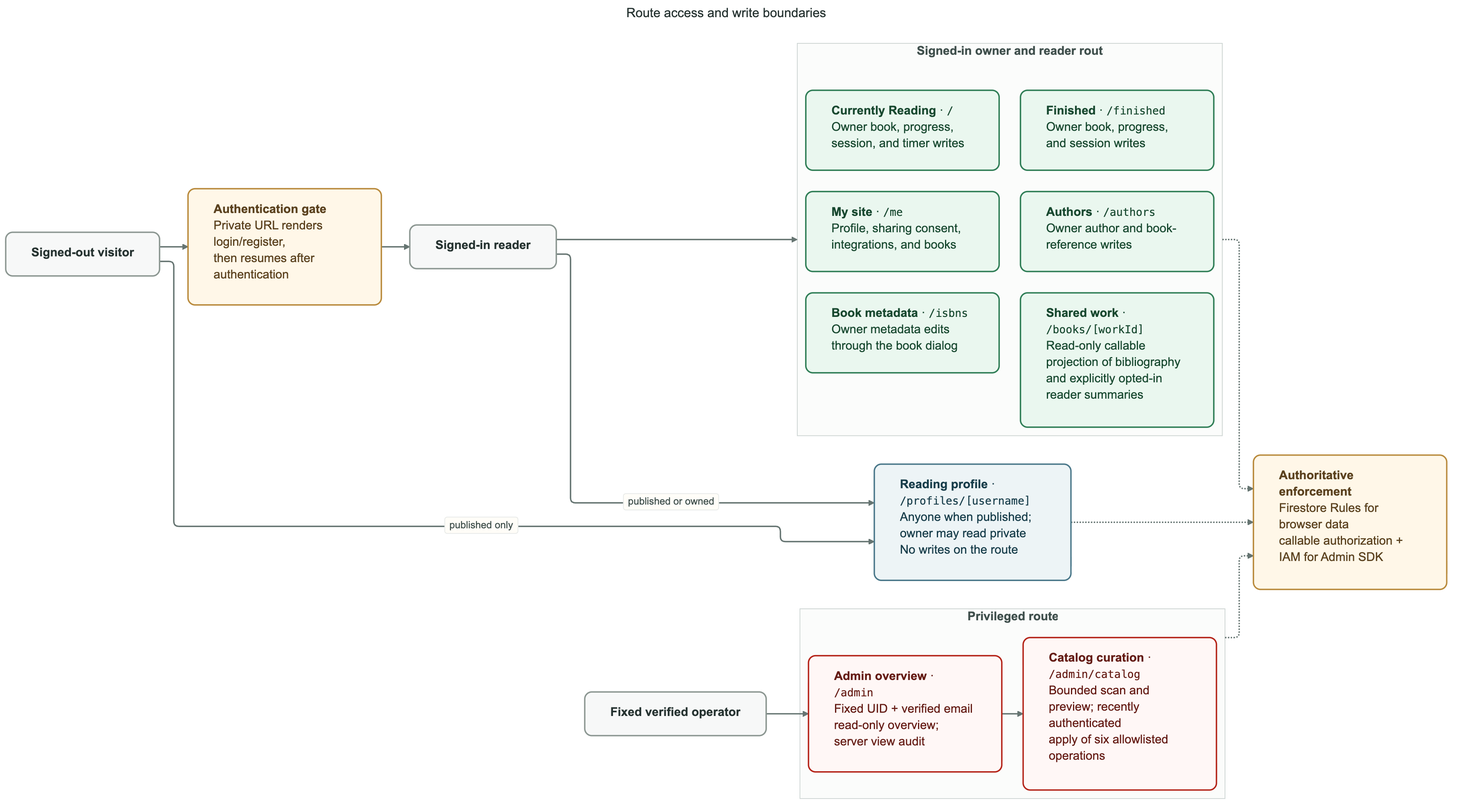
Before: docs/architecture/site-access.png, a diagram exported from Mermaid (ankile/book-tracker). Its source is kept beside it as docs/architecture/site-access.mmd. Source of this version:
```mermaid
---
title: Route access and write boundaries
---
flowchart LR
  accTitle: Book Tracker route access and write boundaries
  accDescr: Routes are grouped by their effective access boundary. Personal library and shared-work pages require sign-in, public profiles require publication, and admin routes require the fixed verified operator. Catalog mutations additionally require recent authentication.

  classDef actor fill:#f7f8f8,stroke:#8b9691,color:#263331,stroke-width:2px;
  classDef owner fill:#eaf7ef,stroke:#2e7d55,color:#17482f,stroke-width:2px;
  classDef public fill:#edf4f6,stroke:#497789,color:#173d4a,stroke-width:2px;
  classDef privileged fill:#fff7f6,stroke:#b42318,color:#651c15,stroke-width:2px;
  classDef security fill:#fff7e8,stroke:#b98a3c,color:#5b421f,stroke-width:2px;

  signedout["<b>Signed-out visitor</b>"]:::actor
  signedin["<b>Signed-in reader</b>"]:::actor
  operator["<b>Fixed verified operator</b>"]:::actor

  subgraph ownerpages[Signed-in owner and reader routes]
    direction TB
    current["<b>Currently Reading</b> · <code>/</code><br/>Owner book, progress, session, and timer writes"]:::owner
    finished["<b>Finished</b> · <code>/finished</code><br/>Owner book, progress, and session writes"]:::owner
    me["<b>My site</b> · <code>/me</code><br/>Profile, sharing consent, integrations, and books"]:::owner
    authors["<b>Authors</b> · <code>/authors</code><br/>Owner author and book-reference writes"]:::owner
    isbns["<b>Book metadata</b> · <code>/isbns</code><br/>Owner metadata edits through the book dialog"]:::owner
    work["<b>Shared work</b> · <code>/books/[workId]</code><br/>Read-only callable projection of bibliography<br/>and explicitly opted-in reader summaries"]:::owner
  end

  profile["<b>Reading profile</b> · <code>/profiles/[username]</code><br/>Anyone when published; owner may read private<br/>No writes on the route"]:::public

  subgraph adminpages[Privileged routes]
    direction TB
    admin["<b>Admin overview</b> · <code>/admin</code><br/>Fixed UID + verified email<br/>read-only overview; server view audit"]:::privileged
    admincatalog["<b>Catalog curation</b> · <code>/admin/catalog</code><br/>Bounded scan and preview; recently authenticated<br/>apply of six allowlisted operations"]:::privileged
  end

  login["<b>Authentication gate</b><br/>Private URL renders login/register,<br/>then resumes after authentication"]:::security
  enforcement["<b>Authoritative enforcement</b><br/>Firestore Rules for browser data<br/>callable authorization + IAM for Admin SDK"]:::security

  signedout --> login --> signedin
  signedout -->|"published only"| profile
  signedin --> ownerpages
  signedin -->|"published or owned"| profile
  operator --> admin --> admincatalog
  ownerpages -.-> enforcement
  profile -.-> enforcement
  adminpages -.-> enforcement
```
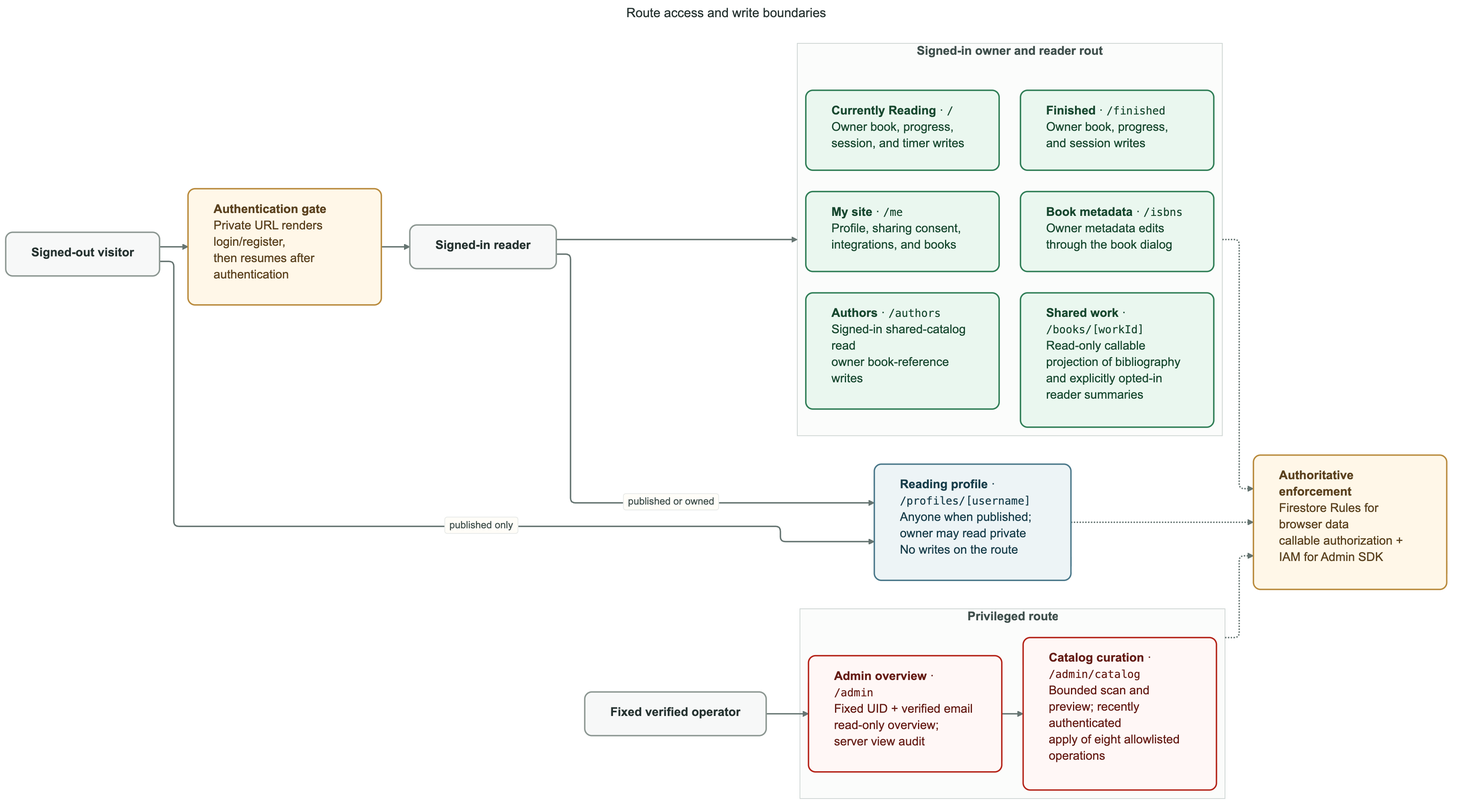
After the change.

Diff of the diagram source:
```diff
@@ -20,7 +20,7 @@
     current["<b>Currently Reading</b> · <code>/</code><br/>Owner book, progress, session, and timer writes"]:::owner
     finished["<b>Finished</b> · <code>/finished</code><br/>Owner book, progress, and session writes"]:::owner
     me["<b>My site</b> · <code>/me</code><br/>Profile, sharing consent, integrations, and books"]:::owner
-    authors["<b>Authors</b> · <code>/authors</code><br/>Owner author and book-reference writes"]:::owner
+    authors["<b>Authors</b> · <code>/authors</code><br/>Signed-in shared-catalog read<br/>owner book-reference writes"]:::owner
     isbns["<b>Book metadata</b> · <code>/isbns</code><br/>Owner metadata edits through the book dialog"]:::owner
     work["<b>Shared work</b> · <code>/books/[workId]</code><br/>Read-only callable projection of bibliography<br/>and explicitly opted-in reader summaries"]:::owner
   end
@@ -30,7 +30,7 @@
   subgraph adminpages[Privileged routes]
     direction TB
     admin["<b>Admin overview</b> · <code>/admin</code><br/>Fixed UID + verified email<br/>read-only overview; server view audit"]:::privileged
-    admincatalog["<b>Catalog curation</b> · <code>/admin/catalog</code><br/>Bounded scan and preview; recently authenticated<br/>apply of six allowlisted operations"]:::privileged
+    admincatalog["<b>Catalog curation</b> · <code>/admin/catalog</code><br/>Bounded scan and preview; recently authenticated<br/>apply of eight allowlisted operations"]:::privileged
   end
 
   login["<b>Authentication gate</b><br/>Private URL renders login/register,<br/>then resumes after authentication"]:::security
```
